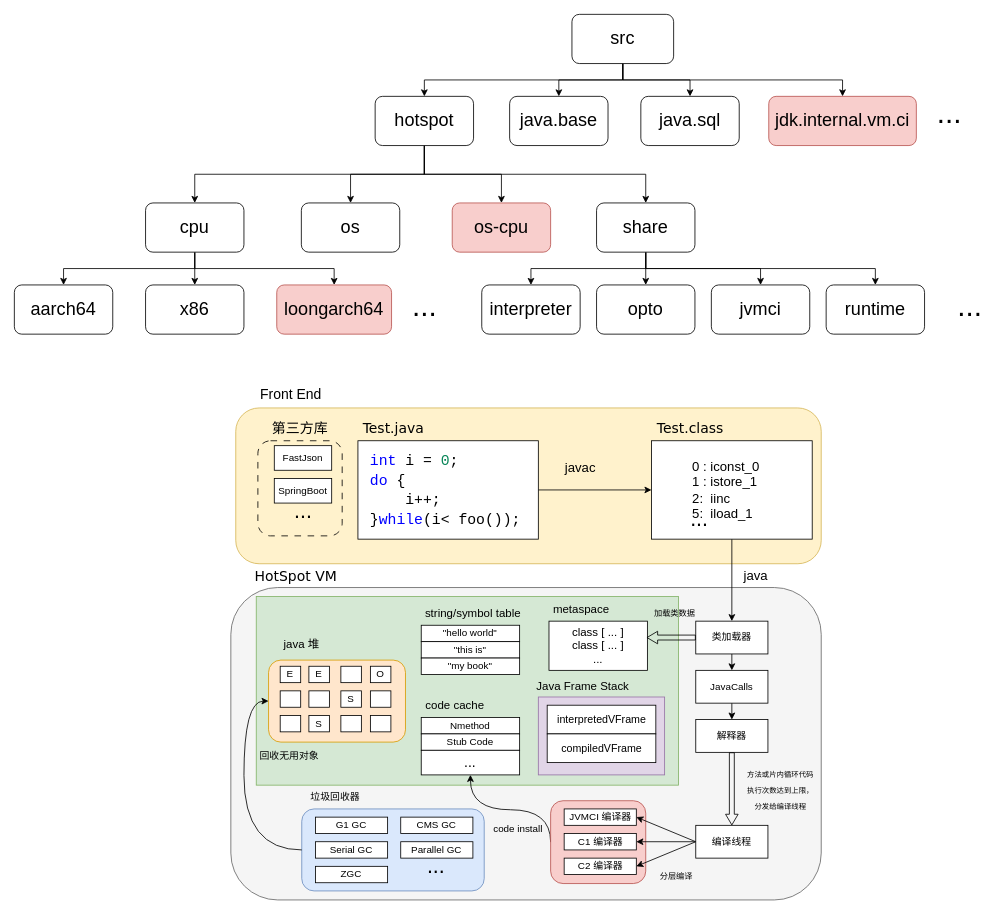
Before: HotspotVM.drawio in f123888/Draw.IO, a draw.io diagram. Source tidied: cells renumbered, new cells numbered last; positions are measured from the earlier drawing's top-left corner, leaving out a move shared by most shapes. Both pictures are drawn from the tidied source at 82%, with x=0, y=0 at pixel (14, 14).
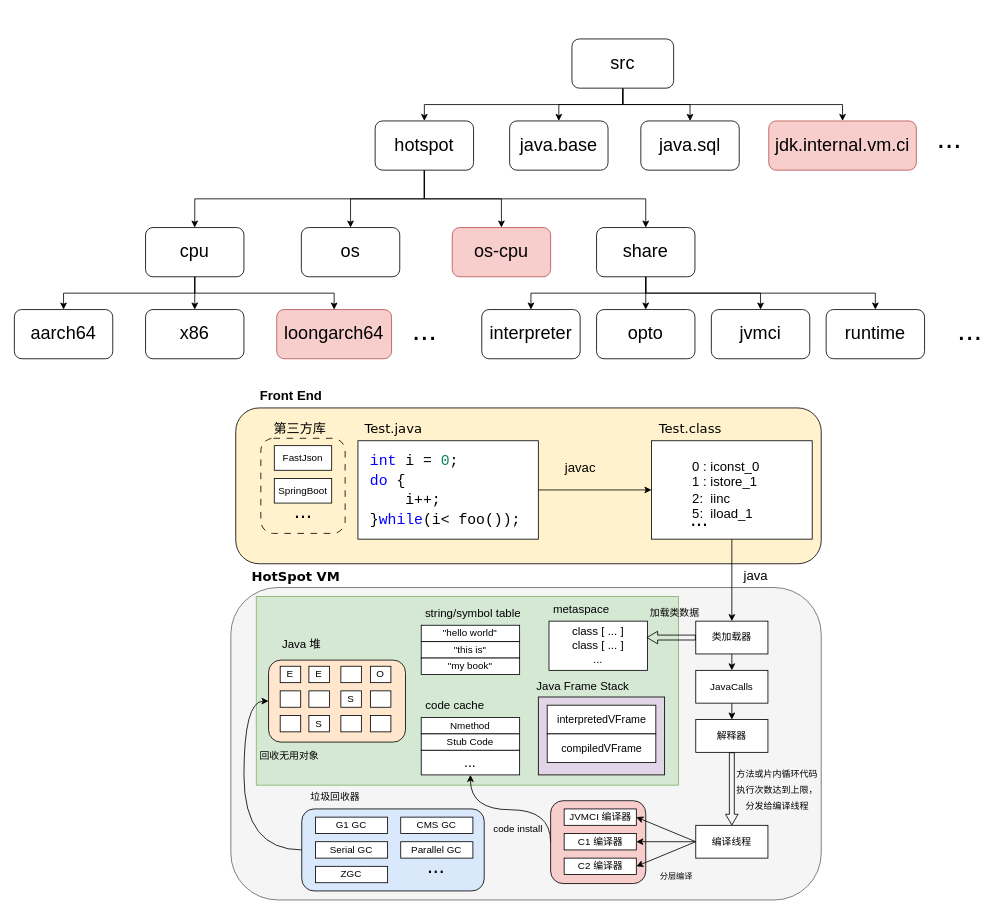
Above is the later version.

The edit, as a diff of the source:
```diff
@@
-    <mxCell id="2" style="rounded=1;whiteSpace=wrap;html=1;fillColor=#fff2cc;strokeColor=#d6b656;" parent="1" vertex="1">
+    <mxCell id="2" style="rounded=1;whiteSpace=wrap;html=1;fillColor=#fff2cc;strokeColor=default;" parent="1" vertex="1">
       <mxGeometry x="270" y="480" width="714" height="190" as="geometry" />
     </mxCell>
@@
-    <mxCell id="6" style="rounded=1;whiteSpace=wrap;html=1;fillColor=#f8cecc;strokeColor=#b85450;" parent="1" vertex="1">
+    <mxCell id="6" style="rounded=1;whiteSpace=wrap;html=1;fillColor=#f8cecc;strokeColor=default;" parent="1" vertex="1">
       <mxGeometry x="654" y="959" width="116" height="101" as="geometry" />
     </mxCell>
-    <mxCell id="7" style="rounded=1;whiteSpace=wrap;html=1;fillColor=#ffe6cc;strokeColor=#d79b00;" parent="1" vertex="1">
+    <mxCell id="7" style="rounded=1;whiteSpace=wrap;html=1;fillColor=#ffe6cc;strokeColor=default;" parent="1" vertex="1">
       <mxGeometry x="310" y="787.5" width="167" height="100" as="geometry" />
     </mxCell>
-    <mxCell id="8" style="rounded=1;whiteSpace=wrap;html=1;fillColor=#dae8fc;strokeColor=#6c8ebf;" parent="1" vertex="1">
+    <mxCell id="8" style="rounded=1;whiteSpace=wrap;html=1;fillColor=#dae8fc;strokeColor=default;" parent="1" vertex="1">
       <mxGeometry x="350.5" y="969" width="222.5" height="100" as="geometry" />
     </mxCell>
-    <mxCell id="9" style="rounded=0;whiteSpace=wrap;html=1;fillColor=#e1d5e7;strokeColor=#9673a6;" parent="1" vertex="1">
+    <mxCell id="9" style="rounded=0;whiteSpace=wrap;html=1;fillColor=#e1d5e7;strokeColor=default;" parent="1" vertex="1">
       <mxGeometry x="639" y="832.5" width="154" height="95" as="geometry" />
     </mxCell>
@@
     <mxCell id="14" value="&lt;font&gt;src&lt;/font&gt;" style="rounded=1;whiteSpace=wrap;html=1;fontSize=22;" parent="1" vertex="1">
-      <mxGeometry x="680" width="124" height="60" as="geometry" />
+      <mxGeometry x="680" y="30" width="124" height="60" as="geometry" />
     </mxCell>
@@
     <mxCell id="19" value="&lt;span&gt;hotspot&lt;/span&gt;" style="rounded=1;whiteSpace=wrap;html=1;fontSize=22;" parent="1" vertex="1">
-      <mxGeometry x="440" y="100" width="120" height="60" as="geometry" />
+      <mxGeometry x="440" y="130" width="120" height="60" as="geometry" />
     </mxCell>
     <mxCell id="20" value="&lt;span&gt;java.base&lt;/span&gt;" style="rounded=1;whiteSpace=wrap;html=1;fontSize=22;" parent="1" vertex="1">
-      <mxGeometry x="604" y="100" width="120" height="60" as="geometry" />
+      <mxGeometry x="604" y="130" width="120" height="60" as="geometry" />
     </mxCell>
     <mxCell id="21" value="&lt;span&gt;jdk.internal.vm.ci&lt;/span&gt;" style="rounded=1;whiteSpace=wrap;html=1;fillColor=#f8cecc;strokeColor=#b85450;fontSize=22;" parent="1" vertex="1">
-      <mxGeometry x="920" y="100" width="180" height="60" as="geometry" />
+      <mxGeometry x="920" y="130" width="180" height="60" as="geometry" />
     </mxCell>
     <mxCell id="22" value="&lt;span&gt;java.sql&lt;/span&gt;" style="rounded=1;whiteSpace=wrap;html=1;fontSize=22;" parent="1" vertex="1">
-      <mxGeometry x="764" y="100" width="120" height="60" as="geometry" />
+      <mxGeometry x="764" y="130" width="120" height="60" as="geometry" />
     </mxCell>
@@
     <mxCell id="26" value="&lt;span&gt;cpu&lt;/span&gt;" style="rounded=1;whiteSpace=wrap;html=1;fontSize=22;" parent="1" vertex="1">
-      <mxGeometry x="160" y="230" width="120" height="60" as="geometry" />
+      <mxGeometry x="160" y="260" width="120" height="60" as="geometry" />
     </mxCell>
     <mxCell id="27" value="&lt;span&gt;os&lt;/span&gt;" style="rounded=1;whiteSpace=wrap;html=1;fontSize=22;" parent="1" vertex="1">
-      <mxGeometry x="350" y="230" width="120" height="60" as="geometry" />
+      <mxGeometry x="350" y="260" width="120" height="60" as="geometry" />
     </mxCell>
     <mxCell id="28" value="&lt;span&gt;os-cpu&lt;/span&gt;" style="rounded=1;whiteSpace=wrap;html=1;fillColor=#f8cecc;strokeColor=#b85450;fontSize=22;" parent="1" vertex="1">
-      <mxGeometry x="534" y="230" width="120" height="60" as="geometry" />
+      <mxGeometry x="534" y="260" width="120" height="60" as="geometry" />
     </mxCell>
     <mxCell id="29" value="&lt;span&gt;aarch64&lt;/span&gt;" style="rounded=1;whiteSpace=wrap;html=1;fontSize=22;" parent="1" vertex="1">
-      <mxGeometry y="330" width="120" height="60" as="geometry" />
+      <mxGeometry y="360" width="120" height="60" as="geometry" />
     </mxCell>
     <mxCell id="30" value="&lt;span&gt;x86&lt;/span&gt;" style="rounded=1;whiteSpace=wrap;html=1;fontSize=22;" parent="1" vertex="1">
-      <mxGeometry x="160" y="330" width="120" height="60" as="geometry" />
+      <mxGeometry x="160" y="360" width="120" height="60" as="geometry" />
     </mxCell>
     <mxCell id="31" value="&lt;span&gt;loongarch64&lt;/span&gt;" style="rounded=1;whiteSpace=wrap;html=1;fillColor=#f8cecc;strokeColor=#b85450;fontSize=22;" parent="1" vertex="1">
-      <mxGeometry x="320" y="330" width="140" height="60" as="geometry" />
+      <mxGeometry x="320" y="360" width="140" height="60" as="geometry" />
     </mxCell>
@@
     <mxCell id="36" value="&lt;span&gt;share&lt;/span&gt;" style="rounded=1;whiteSpace=wrap;html=1;fontSize=22;" parent="1" vertex="1">
-      <mxGeometry x="710" y="230" width="120" height="60" as="geometry" />
+      <mxGeometry x="710" y="260" width="120" height="60" as="geometry" />
     </mxCell>
     <mxCell id="37" value="&lt;span&gt;interpreter&lt;/span&gt;" style="rounded=1;whiteSpace=wrap;html=1;fontSize=22;" parent="1" vertex="1">
-      <mxGeometry x="570" y="330" width="120" height="60" as="geometry" />
+      <mxGeometry x="570" y="360" width="120" height="60" as="geometry" />
     </mxCell>
     <mxCell id="38" value="&lt;span&gt;opto&lt;/span&gt;" style="rounded=1;whiteSpace=wrap;html=1;fontSize=22;" parent="1" vertex="1">
-      <mxGeometry x="710" y="330" width="120" height="60" as="geometry" />
+      <mxGeometry x="710" y="360" width="120" height="60" as="geometry" />
     </mxCell>
     <mxCell id="39" value="&lt;span&gt;jvmci&lt;/span&gt;" style="rounded=1;whiteSpace=wrap;html=1;fontSize=22;" parent="1" vertex="1">
-      <mxGeometry x="850" y="330" width="120" height="60" as="geometry" />
+      <mxGeometry x="850" y="360" width="120" height="60" as="geometry" />
     </mxCell>
     <mxCell id="40" value="&lt;span&gt;runtime&lt;/span&gt;" style="rounded=1;whiteSpace=wrap;html=1;fontSize=22;" parent="1" vertex="1">
-      <mxGeometry x="990" y="330" width="120" height="60" as="geometry" />
+      <mxGeometry x="990" y="360" width="120" height="60" as="geometry" />
     </mxCell>
     <mxCell id="41" value="&lt;font&gt;...&lt;/font&gt;" style="text;html=1;align=center;verticalAlign=middle;strokeColor=none;fillColor=none;fontSize=36;" parent="1" vertex="1">
-      <mxGeometry x="475" y="325" width="50" height="60" as="geometry" />
+      <mxGeometry x="475" y="355" width="50" height="60" as="geometry" />
     </mxCell>
     <mxCell id="42" value="&lt;font&gt;...&lt;/font&gt;" style="text;html=1;align=center;verticalAlign=middle;strokeColor=none;fillColor=none;fontSize=36;" parent="1" vertex="1">
-      <mxGeometry x="1140" y="325" width="50" height="60" as="geometry" />
+      <mxGeometry x="1140" y="355" width="50" height="60" as="geometry" />
     </mxCell>
     <mxCell id="43" value="&lt;font&gt;...&lt;/font&gt;" style="text;html=1;align=center;verticalAlign=middle;strokeColor=none;fillColor=none;fontSize=36;" parent="1" vertex="1">
-      <mxGeometry x="1115" y="90" width="50" height="60" as="geometry" />
+      <mxGeometry x="1115" y="120" width="50" height="60" as="geometry" />
     </mxCell>
@@
-    <mxCell id="46" value="Test.java" style="text;html=1;align=center;verticalAlign=middle;strokeColor=none;fillColor=none;fontFamily=Verdana;fontSize=17;" parent="1" vertex="1">
+    <mxCell id="46" value="&lt;font style=&quot;font-size: 16px;&quot;&gt;Test.java&lt;/font&gt;" style="text;html=1;align=center;verticalAlign=middle;strokeColor=none;fillColor=none;fontFamily=Verdana;fontSize=17;" parent="1" vertex="1">
       <mxGeometry x="411.8" y="490" width="100" height="30" as="geometry" />
     </mxCell>
@@
-    <mxCell id="52" value="Test.class" style="text;html=1;align=center;verticalAlign=middle;strokeColor=none;fillColor=none;fontFamily=Verdana;fontSize=17;" parent="1" vertex="1">
-      <mxGeometry x="769" y="490" width="110" height="30" as="geometry" />
+    <mxCell id="52" value="&lt;font style=&quot;font-size: 16px;&quot;&gt;Test.class&lt;/font&gt;" style="text;html=1;align=center;verticalAlign=middle;strokeColor=none;fillColor=none;fontFamily=Verdana;fontSize=17;" parent="1" vertex="1">
+      <mxGeometry x="774" y="490" width="100" height="30" as="geometry" />
     </mxCell>
@@
-    <mxCell id="91" value="&lt;font style=&quot;font-size: 14px;&quot;&gt;java 堆&lt;/font&gt;" style="text;html=1;align=center;verticalAlign=middle;strokeColor=none;fillColor=none;" parent="1" vertex="1">
+    <mxCell id="91" value="&lt;font style=&quot;font-size: 14px;&quot;&gt;Java 堆&lt;/font&gt;" style="text;html=1;align=center;verticalAlign=middle;strokeColor=none;fillColor=none;" parent="1" vertex="1">
       <mxGeometry x="315" y="752.5" width="70" height="30" as="geometry" />
     </mxCell>
@@
-    <mxCell id="100" value="HotSpot VM" style="text;html=1;align=center;verticalAlign=middle;strokeColor=none;fillColor=none;fontFamily=Verdana;fontSize=17;" parent="1" vertex="1">
-      <mxGeometry x="282.8" y="670" width="120" height="30" as="geometry" />
+    <mxCell id="100" value="&lt;b&gt;&lt;font style=&quot;font-size: 16px;&quot;&gt;HotSpot VM&lt;/font&gt;&lt;/b&gt;" style="text;html=1;align=center;verticalAlign=middle;strokeColor=none;fillColor=none;fontFamily=Verdana;fontSize=17;" parent="1" vertex="1">
+      <mxGeometry x="277.8" y="670" width="130" height="30" as="geometry" />
     </mxCell>
-    <mxCell id="101" value="&lt;font style=&quot;font-size: 9px;&quot;&gt;方法或片内循环代码&lt;/font&gt;&lt;div&gt;&lt;font style=&quot;font-size: 9px;&quot;&gt;执行次数&lt;/font&gt;&lt;span style=&quot;font-size: 9px; background-color: transparent; color: light-dark(rgb(0, 0, 0), rgb(255, 255, 255));&quot;&gt;达到上限，&lt;/span&gt;&lt;/div&gt;&lt;div&gt;&lt;span style=&quot;font-size: 9px; background-color: transparent; color: light-dark(rgb(0, 0, 0), rgb(255, 255, 255));&quot;&gt;分发给编译线程&lt;/span&gt;&lt;/div&gt;" style="text;html=1;align=center;verticalAlign=middle;strokeColor=none;fillColor=none;fontSize=16;" parent="1" vertex="1">
-      <mxGeometry x="884" y="909" width="100" height="70" as="geometry" />
+    <mxCell id="101" value="&lt;font style=&quot;font-size: 11px;&quot;&gt;方法或片内循环代码&lt;/font&gt;&lt;div&gt;&lt;font style=&quot;font-size: 11px;&quot;&gt;&lt;font style=&quot;&quot;&gt;执行次数&lt;/font&gt;&lt;span style=&quot;background-color: transparent; color: light-dark(rgb(0, 0, 0), rgb(255, 255, 255));&quot;&gt;达到上限，&lt;/span&gt;&lt;/font&gt;&lt;/div&gt;&lt;div&gt;&lt;span style=&quot;background-color: transparent; color: light-dark(rgb(0, 0, 0), rgb(255, 255, 255));&quot;&gt;&lt;font style=&quot;font-size: 11px;&quot;&gt;分发给编译线程&lt;/font&gt;&lt;/span&gt;&lt;/div&gt;" style="text;html=1;align=center;verticalAlign=middle;strokeColor=none;fillColor=none;fontSize=16;" parent="1" vertex="1">
+      <mxGeometry x="870" y="909" width="120" height="70" as="geometry" />
     </mxCell>
@@
     <mxCell id="103" style="rounded=1;whiteSpace=wrap;html=1;fillColor=none;dashed=1;dashPattern=8 8;" parent="1" vertex="1">
-      <mxGeometry x="297" y="520" width="102.8" height="116" as="geometry" />
+      <mxGeometry x="300.6" y="517" width="102.8" height="116" as="geometry" />
     </mxCell>
-    <mxCell id="104" value="第三方库" style="text;html=1;align=center;verticalAlign=middle;strokeColor=none;fillColor=none;fontFamily=Verdana;fontSize=17;" parent="1" vertex="1">
+    <mxCell id="104" value="&lt;font style=&quot;font-size: 16px;&quot;&gt;第三方库&lt;/font&gt;" style="text;html=1;align=center;verticalAlign=middle;strokeColor=none;fillColor=none;fontFamily=Verdana;fontSize=17;" parent="1" vertex="1">
       <mxGeometry x="303.4" y="490" width="90" height="30" as="geometry" />
     </mxCell>
@@
-    <mxCell id="111" value="&lt;font style=&quot;font-size: 10px;&quot;&gt;加载类数据&lt;/font&gt;" style="text;html=1;align=center;verticalAlign=middle;strokeColor=none;fillColor=none;" parent="1" vertex="1">
-      <mxGeometry x="770" y="715" width="70" height="30" as="geometry" />
+    <mxCell id="111" value="&lt;font&gt;加载类数据&lt;/font&gt;" style="text;html=1;align=center;verticalAlign=middle;strokeColor=none;fillColor=none;" parent="1" vertex="1">
+      <mxGeometry x="765" y="715" width="80" height="30" as="geometry" />
     </mxCell>
-    <mxCell id="112" value="&lt;font style=&quot;font-size: 17px;&quot;&gt;Front End&lt;/font&gt;" style="text;html=1;align=center;verticalAlign=middle;strokeColor=none;fillColor=none;" parent="1" vertex="1">
+    <mxCell id="112" value="&lt;font style=&quot;font-size: 16px;&quot;&gt;&lt;b style=&quot;&quot;&gt;Front End&lt;/b&gt;&lt;/font&gt;" style="text;html=1;align=center;verticalAlign=middle;strokeColor=none;fillColor=none;" parent="1" vertex="1">
       <mxGeometry x="287" y="450" width="100" height="30" as="geometry" />
     </mxCell>
```
